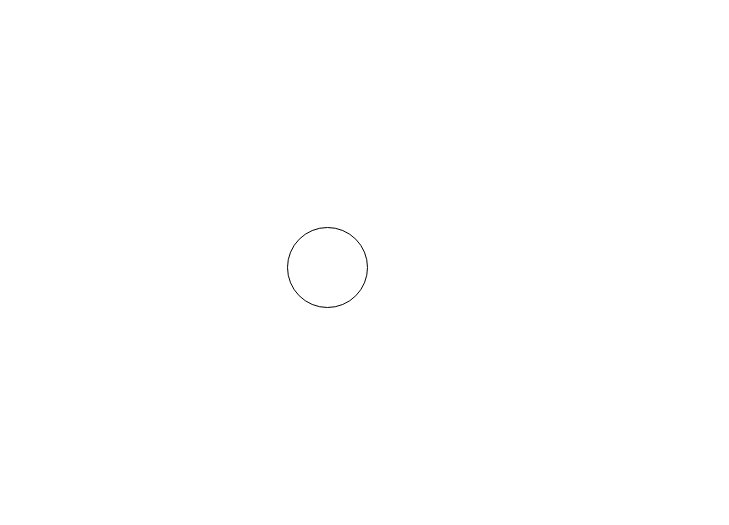
Pineapple666/Draw keeps this draw.io diagram as page "中层数据流图" (3 of 3) of software-engineering/shrs.drawio. Above is the earlier version. Source tidied: cells renumbered, new cells numbered last; positions are measured from the earlier drawing's top-left corner, leaving out a move shared by most shapes. Both pictures are drawn from the tidied source at 100%, with x=0, y=0 at pixel (287, 227).
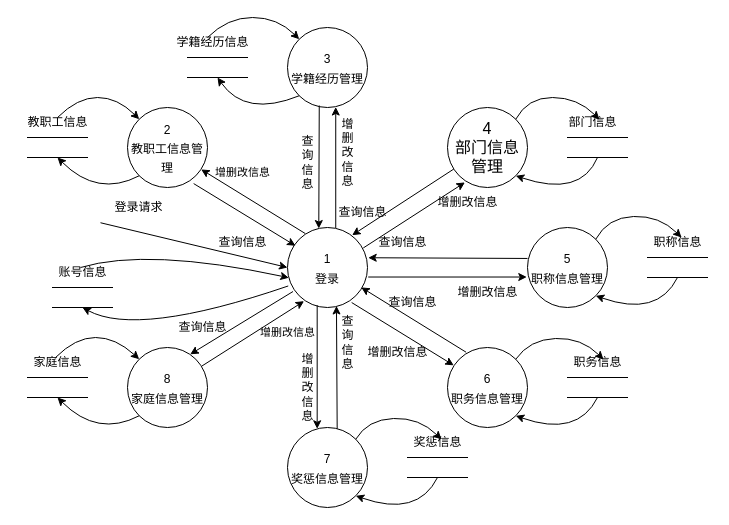
The same diagram, later.

The edit, as a diff of the source:
```diff
@@
-    <mxCell id="2" style="shape=ellipse;html=1;dashed=0;whiteSpace=wrap;perimeter=ellipsePerimeter;fontSize=16;" parent="1" vertex="1">
+    <mxCell id="2" value="&lt;font style=&quot;font-size: 12px;&quot;&gt;1&lt;br&gt;登录&lt;/font&gt;" style="shape=ellipse;html=1;dashed=0;whiteSpace=wrap;perimeter=ellipsePerimeter;fontSize=16;" parent="1" vertex="1">
       <mxGeometry width="80" height="80" as="geometry" />
     </mxCell>
+    <mxCell id="3" style="endArrow=classic;html=1;rounded=0;entryX=0;entryY=0.5;entryDx=0;entryDy=0;exitX=-0.043;exitY=1.008;exitDx=0;exitDy=0;exitPerimeter=0;" parent="1" edge="1" source="4" target="2">
+      <mxGeometry relative="1" as="geometry" />
+    </mxCell>
+    <mxCell id="4" value="登录请求" style="text;html=1;align=center;verticalAlign=middle;points=[];strokeColor=none;fillColor=none;" parent="1" vertex="1">
+      <mxGeometry x="-184" y="-35" width="70" height="30" as="geometry" />
+    </mxCell>
+    <mxCell id="5" value="&lt;font style=&quot;font-size: 12px;&quot;&gt;6&lt;br&gt;职务信息管理&lt;/font&gt;" style="shape=ellipse;html=1;dashed=0;whiteSpace=wrap;perimeter=ellipsePerimeter;fontSize=16;" parent="1" vertex="1">
+      <mxGeometry x="160" y="120" width="80" height="80" as="geometry" />
+    </mxCell>
+    <mxCell id="6" value="&lt;font style=&quot;font-size: 12px;&quot;&gt;7&lt;br&gt;奖惩信息管理&lt;/font&gt;" style="shape=ellipse;html=1;dashed=0;whiteSpace=wrap;perimeter=ellipsePerimeter;fontSize=16;" parent="1" vertex="1">
+      <mxGeometry y="200" width="80" height="80" as="geometry" />
+    </mxCell>
+    <mxCell id="7" value="&lt;font style=&quot;font-size: 12px;&quot;&gt;8&lt;br&gt;家庭信息管理&lt;/font&gt;" style="shape=ellipse;html=1;dashed=0;whiteSpace=wrap;perimeter=ellipsePerimeter;fontSize=16;" parent="1" vertex="1">
+      <mxGeometry x="-160" y="120" width="80" height="80" as="geometry" />
+    </mxCell>
+    <mxCell id="8" value="&lt;font style=&quot;font-size: 12px;&quot;&gt;2&lt;br&gt;教职工信息管理&lt;/font&gt;" style="shape=ellipse;html=1;dashed=0;whiteSpace=wrap;perimeter=ellipsePerimeter;fontSize=16;" parent="1" vertex="1">
+      <mxGeometry x="-160" y="-120" width="80" height="80" as="geometry" />
+    </mxCell>
+    <mxCell id="9" value="&lt;font style=&quot;font-size: 12px;&quot;&gt;3&lt;br&gt;学籍经历管理&lt;/font&gt;" style="shape=ellipse;html=1;dashed=0;whiteSpace=wrap;perimeter=ellipsePerimeter;fontSize=16;" parent="1" vertex="1">
+      <mxGeometry y="-200" width="80" height="80" as="geometry" />
+    </mxCell>
+    <mxCell id="10" value="4&lt;br&gt;部门信息管理" style="shape=ellipse;html=1;dashed=0;whiteSpace=wrap;perimeter=ellipsePerimeter;fontSize=16;" parent="1" vertex="1">
+      <mxGeometry x="160" y="-120" width="80" height="80" as="geometry" />
+    </mxCell>
+    <mxCell id="11" value="&lt;font style=&quot;font-size: 12px;&quot;&gt;5&lt;br&gt;职称信息管理&lt;/font&gt;" style="shape=ellipse;html=1;dashed=0;whiteSpace=wrap;perimeter=ellipsePerimeter;fontSize=16;" parent="1" vertex="1">
+      <mxGeometry x="240" width="80" height="80" as="geometry" />
+    </mxCell>
+    <mxCell id="12" style="endArrow=classic;html=1;rounded=0;exitX=0.223;exitY=0.076;exitDx=0;exitDy=0;exitPerimeter=0;entryX=0.921;entryY=0.774;entryDx=0;entryDy=0;entryPerimeter=0;" parent="1" edge="1" source="2" target="8">
+      <mxGeometry relative="1" as="geometry" />
+    </mxCell>
+    <mxCell id="13" style="endArrow=classic;html=1;rounded=0;exitX=0.827;exitY=0.951;exitDx=0;exitDy=0;exitPerimeter=0;entryX=0.1;entryY=0.228;entryDx=0;entryDy=0;entryPerimeter=0;" parent="1" edge="1" source="8" target="2">
+      <mxGeometry relative="1" as="geometry" />
+    </mxCell>
+    <mxCell id="14" style="endArrow=classic;html=1;rounded=0;exitX=0.397;exitY=0.975;exitDx=0;exitDy=0;exitPerimeter=0;entryX=0.391;entryY=0.013;entryDx=0;entryDy=0;entryPerimeter=0;" parent="1" edge="1" source="9" target="2">
+      <mxGeometry relative="1" as="geometry" />
+    </mxCell>
+    <mxCell id="15" style="endArrow=classic;html=1;rounded=0;exitX=0.603;exitY=0.006;exitDx=0;exitDy=0;exitPerimeter=0;entryX=0.603;entryY=0.994;entryDx=0;entryDy=0;entryPerimeter=0;" parent="1" edge="1" source="2" target="9">
+      <mxGeometry relative="1" as="geometry" />
+    </mxCell>
+    <mxCell id="16" style="endArrow=classic;html=1;rounded=0;exitX=0.079;exitY=0.769;exitDx=0;exitDy=0;exitPerimeter=0;entryX=0.808;entryY=0.096;entryDx=0;entryDy=0;entryPerimeter=0;" parent="1" edge="1" source="10" target="2">
+      <mxGeometry relative="1" as="geometry" />
+    </mxCell>
+    <mxCell id="17" style="endArrow=classic;html=1;rounded=0;exitX=0.947;exitY=0.256;exitDx=0;exitDy=0;exitPerimeter=0;entryX=0.218;entryY=0.936;entryDx=0;entryDy=0;entryPerimeter=0;" parent="1" edge="1" source="2" target="10">
+      <mxGeometry relative="1" as="geometry" />
+    </mxCell>
+    <mxCell id="18" style="endArrow=classic;html=1;rounded=0;entryX=1.009;entryY=0.378;entryDx=0;entryDy=0;entryPerimeter=0;exitX=0;exitY=0.387;exitDx=0;exitDy=0;exitPerimeter=0;" parent="1" edge="1" source="11" target="2">
+      <mxGeometry relative="1" as="geometry" />
+    </mxCell>
+    <mxCell id="19" style="endArrow=classic;html=1;rounded=0;exitX=1.009;exitY=0.619;exitDx=0;exitDy=0;exitPerimeter=0;entryX=-0.009;entryY=0.619;entryDx=0;entryDy=0;entryPerimeter=0;" parent="1" edge="1" source="2" target="11">
+      <mxGeometry relative="1" as="geometry" />
+    </mxCell>
+    <mxCell id="20" style="endArrow=classic;html=1;rounded=0;exitX=0.233;exitY=0.059;exitDx=0;exitDy=0;exitPerimeter=0;entryX=0.922;entryY=0.749;entryDx=0;entryDy=0;entryPerimeter=0;" parent="1" edge="1" source="5" target="2">
+      <mxGeometry relative="1" as="geometry" />
+    </mxCell>
+    <mxCell id="21" style="endArrow=classic;html=1;rounded=0;exitX=0.802;exitY=0.938;exitDx=0;exitDy=0;exitPerimeter=0;entryX=0.078;entryY=0.223;entryDx=0;entryDy=0;entryPerimeter=0;" parent="1" edge="1" source="2" target="5">
+      <mxGeometry relative="1" as="geometry" />
+    </mxCell>
+    <mxCell id="22" style="endArrow=classic;html=1;rounded=0;exitX=0.621;exitY=0.016;exitDx=0;exitDy=0;exitPerimeter=0;entryX=0.612;entryY=0.981;entryDx=0;entryDy=0;entryPerimeter=0;" parent="1" edge="1" source="6" target="2">
+      <mxGeometry relative="1" as="geometry" />
+    </mxCell>
+    <mxCell id="23" style="endArrow=classic;html=1;rounded=0;exitX=0.371;exitY=0.973;exitDx=0;exitDy=0;exitPerimeter=0;entryX=0.371;entryY=0.016;entryDx=0;entryDy=0;entryPerimeter=0;" parent="1" edge="1" source="2" target="6">
+      <mxGeometry relative="1" as="geometry" />
+    </mxCell>
+    <mxCell id="24" style="endArrow=classic;html=1;rounded=0;exitX=0.069;exitY=0.8;exitDx=0;exitDy=0;exitPerimeter=0;entryX=0.784;entryY=0.085;entryDx=0;entryDy=0;entryPerimeter=0;" parent="1" edge="1" source="2" target="7">
+      <mxGeometry relative="1" as="geometry" />
+    </mxCell>
+    <mxCell id="25" style="endArrow=classic;html=1;rounded=0;exitX=0.931;exitY=0.231;exitDx=0;exitDy=0;exitPerimeter=0;entryX=0.207;entryY=0.921;entryDx=0;entryDy=0;entryPerimeter=0;" parent="1" edge="1" source="7" target="2">
+      <mxGeometry relative="1" as="geometry" />
+    </mxCell>
+    <mxCell id="26" value="增&lt;br&gt;删&lt;br&gt;改&lt;br&gt;信&lt;br&gt;息" style="text;html=1;align=center;verticalAlign=middle;strokeColor=none;fillColor=none;" parent="1" vertex="1">
+      <mxGeometry x="40" y="-120" width="40" height="90" as="geometry" />
+    </mxCell>
+    <mxCell id="27" value="查询信息" style="text;html=1;align=center;verticalAlign=middle;strokeColor=none;fillColor=none;" parent="1" vertex="1">
+      <mxGeometry x="-80" width="70" height="30" as="geometry" />
+    </mxCell>
+    <mxCell id="28" value="查&lt;br&gt;询&lt;br&gt;信&lt;br&gt;息" style="text;html=1;align=center;verticalAlign=middle;strokeColor=none;fillColor=none;" parent="1" vertex="1">
+      <mxGeometry y="-100" width="40" height="70" as="geometry" />
+    </mxCell>
+    <mxCell id="29" value="&lt;font style=&quot;font-size: 11px;&quot;&gt;增删改信息&lt;/font&gt;" style="text;html=1;align=center;verticalAlign=middle;strokeColor=none;fillColor=none;" parent="1" vertex="1">
+      <mxGeometry x="-85" y="-70" width="80" height="30" as="geometry" />
+    </mxCell>
+    <mxCell id="30" value="增删改信息" style="text;html=1;align=center;verticalAlign=middle;strokeColor=none;fillColor=none;" parent="1" vertex="1">
+      <mxGeometry x="140" y="-40" width="80" height="30" as="geometry" />
+    </mxCell>
+    <mxCell id="31" value="查询信息" style="text;html=1;align=center;verticalAlign=middle;strokeColor=none;fillColor=none;" parent="1" vertex="1">
+      <mxGeometry x="40" y="-30" width="70" height="30" as="geometry" />
+    </mxCell>
+    <mxCell id="32" value="增删改信息" style="text;html=1;align=center;verticalAlign=middle;strokeColor=none;fillColor=none;" parent="1" vertex="1">
+      <mxGeometry x="160" y="50" width="80" height="30" as="geometry" />
+    </mxCell>
+    <mxCell id="33" value="查询信息" style="text;html=1;align=center;verticalAlign=middle;strokeColor=none;fillColor=none;" parent="1" vertex="1">
+      <mxGeometry x="80" width="70" height="30" as="geometry" />
+    </mxCell>
+    <mxCell id="34" value="增删改信息" style="text;html=1;align=center;verticalAlign=middle;strokeColor=none;fillColor=none;" parent="1" vertex="1">
+      <mxGeometry x="70" y="110" width="80" height="30" as="geometry" />
+    </mxCell>
+    <mxCell id="35" value="查询信息" style="text;html=1;align=center;verticalAlign=middle;strokeColor=none;fillColor=none;" parent="1" vertex="1">
+      <mxGeometry x="90" y="60" width="70" height="30" as="geometry" />
+    </mxCell>
+    <mxCell id="36" value="增&lt;br&gt;删&lt;br&gt;改&lt;br&gt;信&lt;br&gt;息" style="text;html=1;align=center;verticalAlign=middle;strokeColor=none;fillColor=none;" parent="1" vertex="1">
+      <mxGeometry y="115" width="40" height="90" as="geometry" />
+    </mxCell>
+    <mxCell id="37" value="查&lt;br&gt;询&lt;br&gt;信&lt;br&gt;息" style="text;html=1;align=center;verticalAlign=middle;strokeColor=none;fillColor=none;" parent="1" vertex="1">
+      <mxGeometry x="40" y="80" width="40" height="70" as="geometry" />
+    </mxCell>
+    <mxCell id="38" value="&lt;font style=&quot;font-size: 11px;&quot;&gt;增删改信息&lt;/font&gt;" style="text;html=1;align=center;verticalAlign=middle;strokeColor=none;fillColor=none;" parent="1" vertex="1">
+      <mxGeometry x="-40" y="90" width="80" height="30" as="geometry" />
+    </mxCell>
+    <mxCell id="39" value="查询信息" style="text;html=1;align=center;verticalAlign=middle;strokeColor=none;fillColor=none;" parent="1" vertex="1">
+      <mxGeometry x="-120" y="85" width="70" height="30" as="geometry" />
+    </mxCell>
+    <mxCell id="40" style="html=1;dashed=0;whiteSpace=wrap;shape=partialRectangle;right=0;left=0;" parent="1" vertex="1">
+      <mxGeometry x="-260" y="-90" width="60" height="20" as="geometry" />
+    </mxCell>
+    <mxCell id="41" value="教职工信息" style="text;html=1;align=center;verticalAlign=middle;strokeColor=none;fillColor=none;" parent="1" vertex="1">
+      <mxGeometry x="-270" y="-120" width="80" height="30" as="geometry" />
+    </mxCell>
+    <mxCell id="42" style="endArrow=classic;html=1;entryX=0.5;entryY=1;entryDx=0;entryDy=0;exitX=0;exitY=1;exitDx=0;exitDy=0;curved=1;" parent="1" edge="1" source="8" target="40">
+      <mxGeometry relative="1" as="geometry">
+        <Array as="points">
+          <mxPoint x="-190" y="-30" />
+        </Array>
+      </mxGeometry>
+    </mxCell>
+    <mxCell id="43" style="html=1;dashed=0;whiteSpace=wrap;shape=partialRectangle;right=0;left=0;" parent="1" vertex="1">
+      <mxGeometry x="-100" y="-170" width="60" height="20" as="geometry" />
+    </mxCell>
+    <mxCell id="44" style="endArrow=classic;html=1;entryX=0;entryY=0;entryDx=0;entryDy=0;curved=1;" parent="1" edge="1" target="8">
+      <mxGeometry relative="1" as="geometry">
+        <mxPoint x="-230" y="-110" as="sourcePoint" />
+        <Array as="points">
+          <mxPoint x="-210" y="-130" />
+          <mxPoint x="-170" y="-130" />
+        </Array>
+      </mxGeometry>
+    </mxCell>
+    <mxCell id="45" value="学籍经历信息" style="text;html=1;align=center;verticalAlign=middle;strokeColor=none;fillColor=none;" parent="1" vertex="1">
+      <mxGeometry x="-125" y="-200" width="100" height="30" as="geometry" />
+    </mxCell>
+    <mxCell id="46" style="endArrow=classic;html=1;curved=1;entryX=0;entryY=0;entryDx=0;entryDy=0;" parent="1" edge="1" target="9">
+      <mxGeometry relative="1" as="geometry">
+        <mxPoint x="-80" y="-190" as="sourcePoint" />
+        <Array as="points">
+          <mxPoint x="-60" y="-210" />
+          <mxPoint x="-10" y="-210" />
+        </Array>
+      </mxGeometry>
+    </mxCell>
+    <mxCell id="47" style="endArrow=classic;html=1;entryX=0.5;entryY=1;entryDx=0;entryDy=0;exitX=0;exitY=1;exitDx=0;exitDy=0;curved=1;" parent="1" edge="1" source="9" target="43">
+      <mxGeometry relative="1" as="geometry">
+        <Array as="points">
+          <mxPoint x="-42" y="-110" />
+        </Array>
+      </mxGeometry>
+    </mxCell>
+    <mxCell id="48" style="html=1;dashed=0;whiteSpace=wrap;shape=partialRectangle;right=0;left=0;" parent="1" vertex="1">
+      <mxGeometry x="280" y="-90" width="60" height="20" as="geometry" />
+    </mxCell>
+    <mxCell id="49" value="部门信息" style="text;html=1;align=center;verticalAlign=middle;strokeColor=none;fillColor=none;" parent="1" vertex="1">
+      <mxGeometry x="270" y="-120" width="70" height="30" as="geometry" />
+    </mxCell>
+    <mxCell id="50" style="endArrow=classic;html=1;entryX=1;entryY=1;entryDx=0;entryDy=0;exitX=0.5;exitY=1;exitDx=0;exitDy=0;curved=1;" parent="1" edge="1" source="48" target="10">
+      <mxGeometry relative="1" as="geometry">
+        <Array as="points">
+          <mxPoint x="293" y="-30" />
+        </Array>
+      </mxGeometry>
+    </mxCell>
+    <mxCell id="51" style="html=1;dashed=0;whiteSpace=wrap;shape=partialRectangle;right=0;left=0;" parent="1" vertex="1">
+      <mxGeometry x="360" y="30" width="60" height="20" as="geometry" />
+    </mxCell>
+    <mxCell id="52" style="html=1;dashed=0;whiteSpace=wrap;shape=partialRectangle;right=0;left=0;" parent="1" vertex="1">
+      <mxGeometry x="280" y="150" width="60" height="20" as="geometry" />
+    </mxCell>
+    <mxCell id="53" style="html=1;dashed=0;whiteSpace=wrap;shape=partialRectangle;right=0;left=0;" parent="1" vertex="1">
+      <mxGeometry x="120" y="230" width="60" height="20" as="geometry" />
+    </mxCell>
+    <mxCell id="54" style="html=1;dashed=0;whiteSpace=wrap;shape=partialRectangle;right=0;left=0;" parent="1" vertex="1">
+      <mxGeometry x="-260" y="150" width="60" height="20" as="geometry" />
+    </mxCell>
+    <mxCell id="55" style="endArrow=classic;html=1;curved=1;entryX=0;entryY=0;entryDx=0;entryDy=0;exitX=1;exitY=0;exitDx=0;exitDy=0;" parent="1" edge="1" source="10">
+      <mxGeometry relative="1" as="geometry">
+        <mxPoint x="312" y="-108" as="targetPoint" />
+        <Array as="points">
+          <mxPoint x="240" y="-130" />
+          <mxPoint x="290" y="-130" />
+        </Array>
+      </mxGeometry>
+    </mxCell>
+    <mxCell id="56" value="职称信息" style="text;html=1;align=center;verticalAlign=middle;strokeColor=none;fillColor=none;" parent="1" vertex="1">
+      <mxGeometry x="355" width="70" height="30" as="geometry" />
+    </mxCell>
+    <mxCell id="57" style="endArrow=classic;html=1;curved=1;entryX=0;entryY=0;entryDx=0;entryDy=0;exitX=1;exitY=0;exitDx=0;exitDy=0;" parent="1" edge="1" source="11">
+      <mxGeometry relative="1" as="geometry">
+        <mxPoint x="394" y="10" as="targetPoint" />
+        <Array as="points">
+          <mxPoint x="320" y="-10" />
+          <mxPoint x="372" y="-12" />
+        </Array>
+      </mxGeometry>
+    </mxCell>
+    <mxCell id="58" style="endArrow=classic;html=1;entryX=1;entryY=1;entryDx=0;entryDy=0;exitX=0.5;exitY=1;exitDx=0;exitDy=0;curved=1;" parent="1" edge="1" source="51" target="11">
+      <mxGeometry relative="1" as="geometry">
+        <Array as="points">
+          <mxPoint x="370" y="90" />
+        </Array>
+      </mxGeometry>
+    </mxCell>
+    <mxCell id="59" value="职务信息" style="text;html=1;align=center;verticalAlign=middle;strokeColor=none;fillColor=none;" parent="1" vertex="1">
+      <mxGeometry x="275" y="120" width="70" height="30" as="geometry" />
+    </mxCell>
+    <mxCell id="60" style="endArrow=classic;html=1;curved=1;entryX=0;entryY=0;entryDx=0;entryDy=0;exitX=1;exitY=0;exitDx=0;exitDy=0;" parent="1" edge="1" source="5">
+      <mxGeometry relative="1" as="geometry">
+        <mxPoint x="316" y="132" as="targetPoint" />
+        <Array as="points">
+          <mxPoint x="242" y="112" />
+          <mxPoint x="294" y="110" />
+        </Array>
+      </mxGeometry>
+    </mxCell>
+    <mxCell id="61" style="endArrow=classic;html=1;entryX=1;entryY=1;entryDx=0;entryDy=0;exitX=0.5;exitY=1;exitDx=0;exitDy=0;curved=1;" parent="1" edge="1" source="52" target="5">
+      <mxGeometry relative="1" as="geometry">
+        <Array as="points">
+          <mxPoint x="290" y="210" />
+        </Array>
+      </mxGeometry>
+    </mxCell>
+    <mxCell id="62" value="奖惩信息" style="text;html=1;align=center;verticalAlign=middle;strokeColor=none;fillColor=none;" parent="1" vertex="1">
+      <mxGeometry x="115" y="200" width="70" height="30" as="geometry" />
+    </mxCell>
+    <mxCell id="63" style="endArrow=classic;html=1;curved=1;entryX=0;entryY=0;entryDx=0;entryDy=0;exitX=1;exitY=0;exitDx=0;exitDy=0;" parent="1" edge="1" source="6">
+      <mxGeometry relative="1" as="geometry">
+        <mxPoint x="154" y="212" as="targetPoint" />
+        <Array as="points">
+          <mxPoint x="80" y="192" />
+          <mxPoint x="132" y="190" />
+        </Array>
+      </mxGeometry>
+    </mxCell>
+    <mxCell id="64" style="endArrow=classic;html=1;entryX=1;entryY=1;entryDx=0;entryDy=0;exitX=0.5;exitY=1;exitDx=0;exitDy=0;curved=1;" parent="1" edge="1" source="53" target="6">
+      <mxGeometry relative="1" as="geometry">
+        <Array as="points">
+          <mxPoint x="130" y="290" />
+        </Array>
+      </mxGeometry>
+    </mxCell>
+    <mxCell id="65" value="家庭信息" style="text;html=1;align=center;verticalAlign=middle;strokeColor=none;fillColor=none;" parent="1" vertex="1">
+      <mxGeometry x="-265" y="120" width="70" height="30" as="geometry" />
+    </mxCell>
+    <mxCell id="66" style="endArrow=classic;html=1;entryX=0;entryY=0;entryDx=0;entryDy=0;curved=1;" parent="1" edge="1" target="7">
+      <mxGeometry relative="1" as="geometry">
+        <mxPoint x="-232" y="130" as="sourcePoint" />
+        <Array as="points">
+          <mxPoint x="-212" y="110" />
+          <mxPoint x="-172" y="110" />
+        </Array>
+      </mxGeometry>
+    </mxCell>
+    <mxCell id="67" style="endArrow=classic;html=1;entryX=0.5;entryY=1;entryDx=0;entryDy=0;exitX=0;exitY=1;exitDx=0;exitDy=0;curved=1;" parent="1" edge="1" source="7" target="54">
+      <mxGeometry relative="1" as="geometry">
+        <Array as="points">
+          <mxPoint x="-190" y="210" />
+        </Array>
+      </mxGeometry>
+    </mxCell>
+    <mxCell id="68" style="html=1;dashed=0;whiteSpace=wrap;shape=partialRectangle;right=0;left=0;" parent="1" vertex="1">
+      <mxGeometry x="-235" y="60" width="60" height="20" as="geometry" />
+    </mxCell>
+    <mxCell id="69" value="账号信息" style="text;html=1;align=center;verticalAlign=middle;strokeColor=none;fillColor=none;" parent="1" vertex="1">
+      <mxGeometry x="-240" y="30" width="70" height="30" as="geometry" />
+    </mxCell>
+    <mxCell id="70" style="endArrow=classic;html=1;entryX=0.017;entryY=0.628;entryDx=0;entryDy=0;curved=1;entryPerimeter=0;" parent="1" edge="1" target="2">
+      <mxGeometry relative="1" as="geometry">
+        <mxPoint x="-207" y="40" as="sourcePoint" />
+        <Array as="points">
+          <mxPoint x="-140" y="20" />
+        </Array>
+      </mxGeometry>
+    </mxCell>
+    <mxCell id="71" style="endArrow=classic;html=1;entryX=0.5;entryY=1;entryDx=0;entryDy=0;exitX=0.009;exitY=0.731;exitDx=0;exitDy=0;curved=1;exitPerimeter=0;" parent="1" edge="1" source="2" target="68">
+      <mxGeometry relative="1" as="geometry">
+        <Array as="points">
+          <mxPoint x="-150" y="110" />
+        </Array>
+      </mxGeometry>
+    </mxCell>
```
